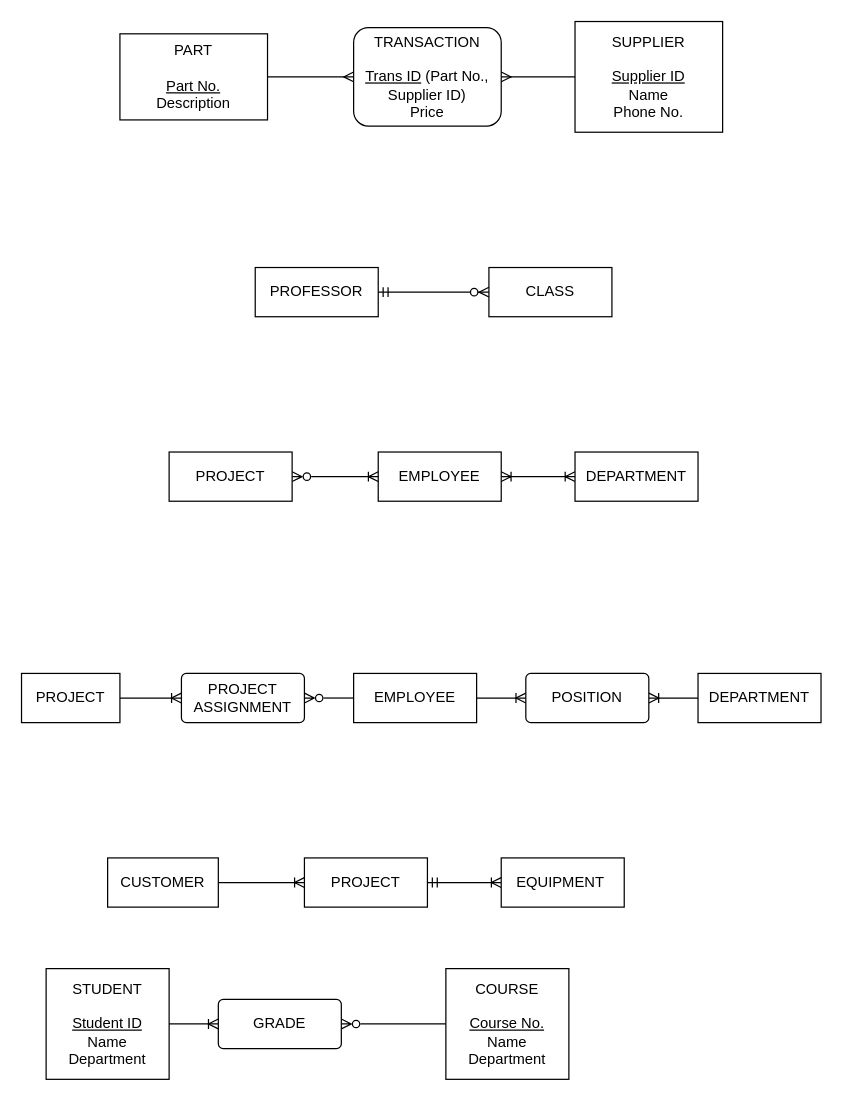
Earlier version of the draw.io diagram page "Class 2 -1" (1 of 3) of Untitled Diagram.drawio (SamanZargarzadeh/ERD). Source tidied: cells renumbered, new cells numbered last; positions are measured from the earlier drawing's top-left corner, leaving out a move shared by most shapes. Both pictures are drawn from the tidied source at 123%, with x=0, y=0 at pixel (21, 21).
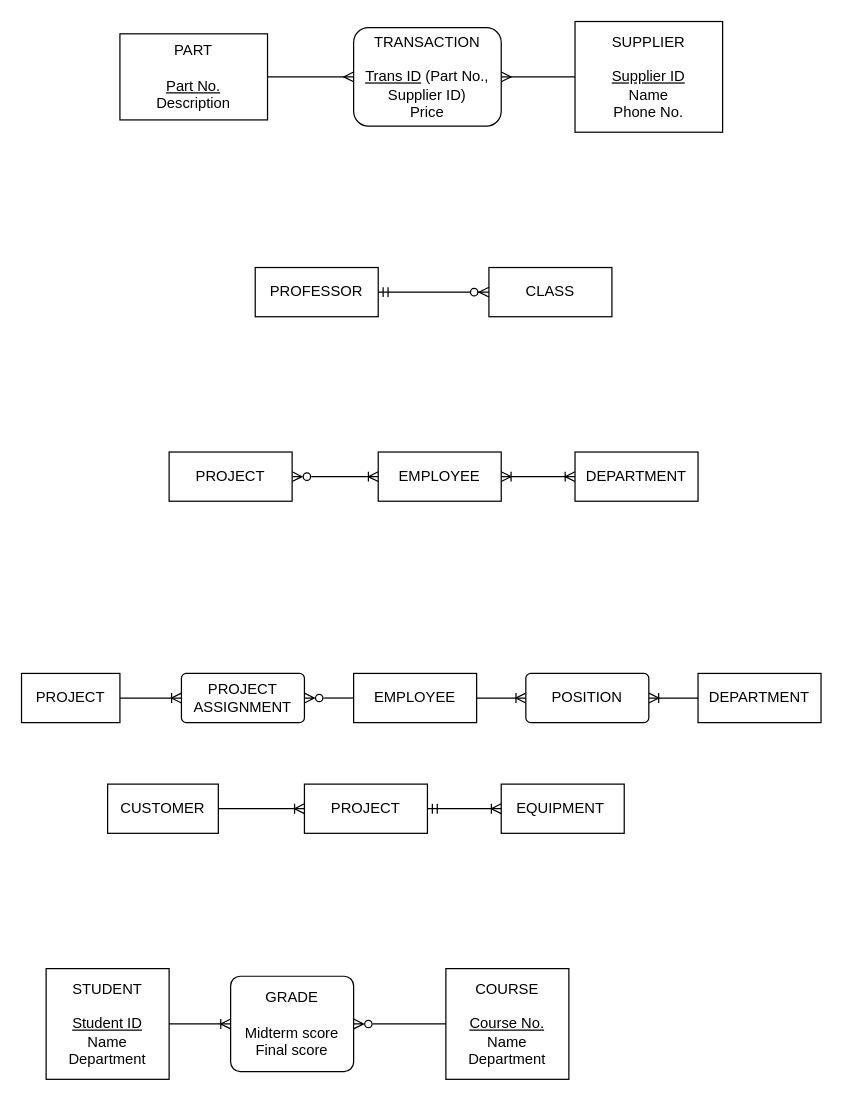
The same diagram, later.

Change to the diagram source:
```diff
@@
     <mxCell id="25" value="CUSTOMER" style="whiteSpace=wrap;html=1;align=center;" parent="1" vertex="1">
-      <mxGeometry x="70" y="680" width="90" height="40" as="geometry" />
+      <mxGeometry x="70" y="620" width="90" height="40" as="geometry" />
     </mxCell>
@@
     <mxCell id="27" value="PROJECT" style="whiteSpace=wrap;html=1;align=center;" parent="1" vertex="1">
-      <mxGeometry x="230" y="680" width="100" height="40" as="geometry" />
+      <mxGeometry x="230" y="620" width="100" height="40" as="geometry" />
     </mxCell>
     <mxCell id="28" value="&lt;span style=&quot;background-color: rgb(255, 255, 255);&quot;&gt;EQUIPMENT&amp;nbsp;&lt;br&gt;&lt;/span&gt;" style="whiteSpace=wrap;html=1;align=center;" parent="1" vertex="1">
-      <mxGeometry x="390" y="680" width="100" height="40" as="geometry" />
+      <mxGeometry x="390" y="620" width="100" height="40" as="geometry" />
     </mxCell>
@@
-    <mxCell id="33" value="GRADE" style="rounded=1;arcSize=10;whiteSpace=wrap;html=1;align=center;" parent="1" vertex="1">
-      <mxGeometry x="160" y="795" width="100" height="40" as="geometry" />
+    <mxCell id="33" value="GRADE&lt;br&gt;&lt;br&gt;Midterm score&lt;br&gt;Final score" style="rounded=1;arcSize=10;whiteSpace=wrap;html=1;align=center;" parent="1" vertex="1">
+      <mxGeometry x="170" y="776.2" width="100" height="77.5" as="geometry" />
     </mxCell>
```
